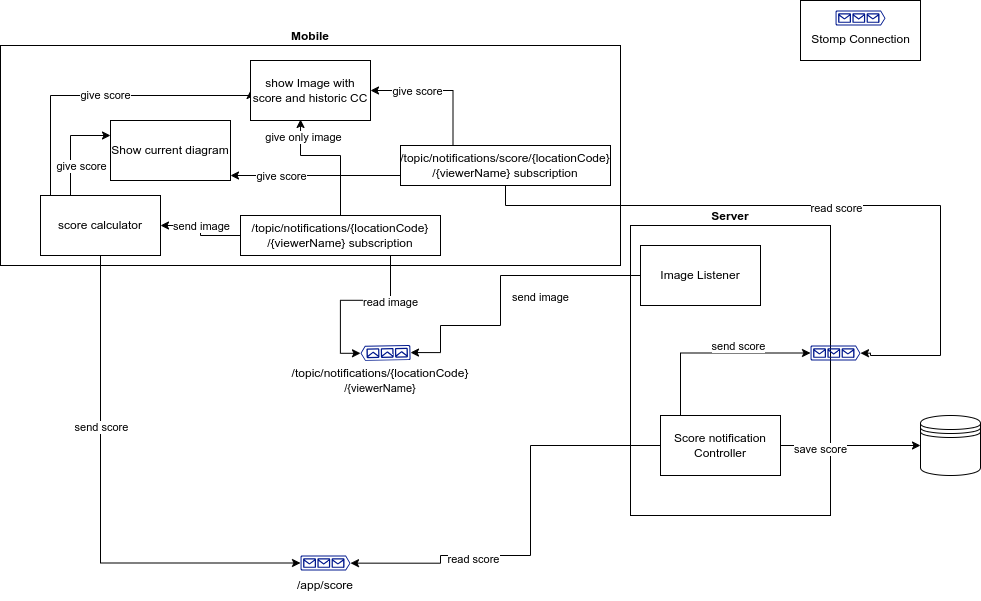
matieber/mobilebcs keeps this draw.io diagram as informe/ch4/Diagrama de componentes-Viewer.drawio.png. Above is the earlier version. Source tidied: cells renumbered, new cells last; positions are measured from the earlier drawing's top-left corner, leaving out a move shared by most shapes.
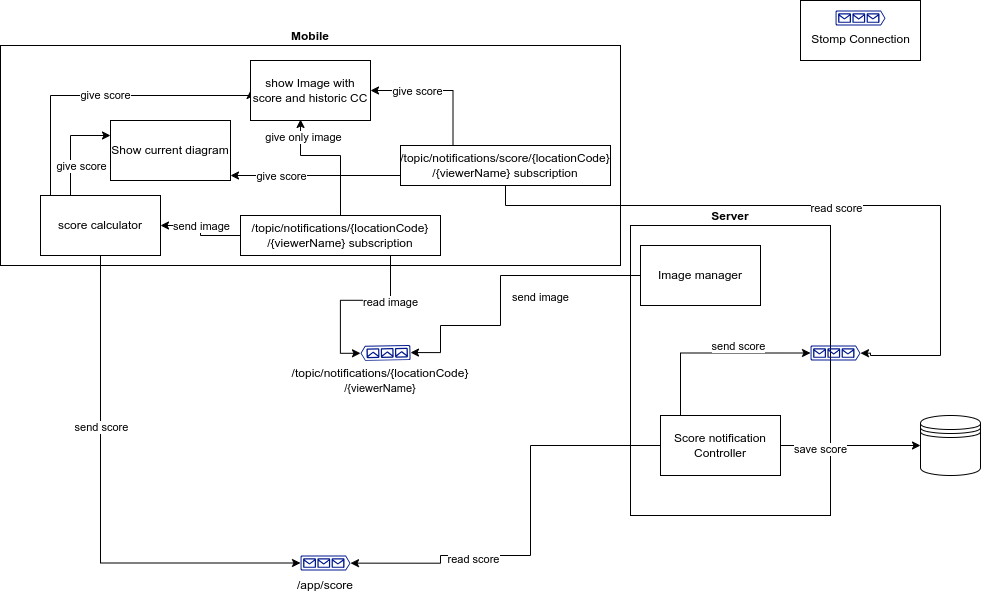
Above is the later version.

What changed in the source:
```diff
@@ -26,7 +26,7 @@
         <mxPoint x="38" as="offset" />
       </mxGeometry>
     </mxCell>
-    <mxCell id="7" value="Image Listener" style="rounded=0;whiteSpace=wrap;html=1;" parent="1" vertex="1">
+    <mxCell id="7" value="Image manager" style="rounded=0;whiteSpace=wrap;html=1;" parent="1" vertex="1">
       <mxGeometry x="640" y="245" width="120" height="60" as="geometry" />
     </mxCell>
     <mxCell id="8" style="sketch=0;shadow=0;dashed=0;html=1;strokeColor=none;labelPosition=center;verticalLabelPosition=bottom;verticalAlign=top;align=center;fillColor=#00188D;shape=mxgraph.azure.queue_generic;rotation=-181;" parent="1" vertex="1">
```
